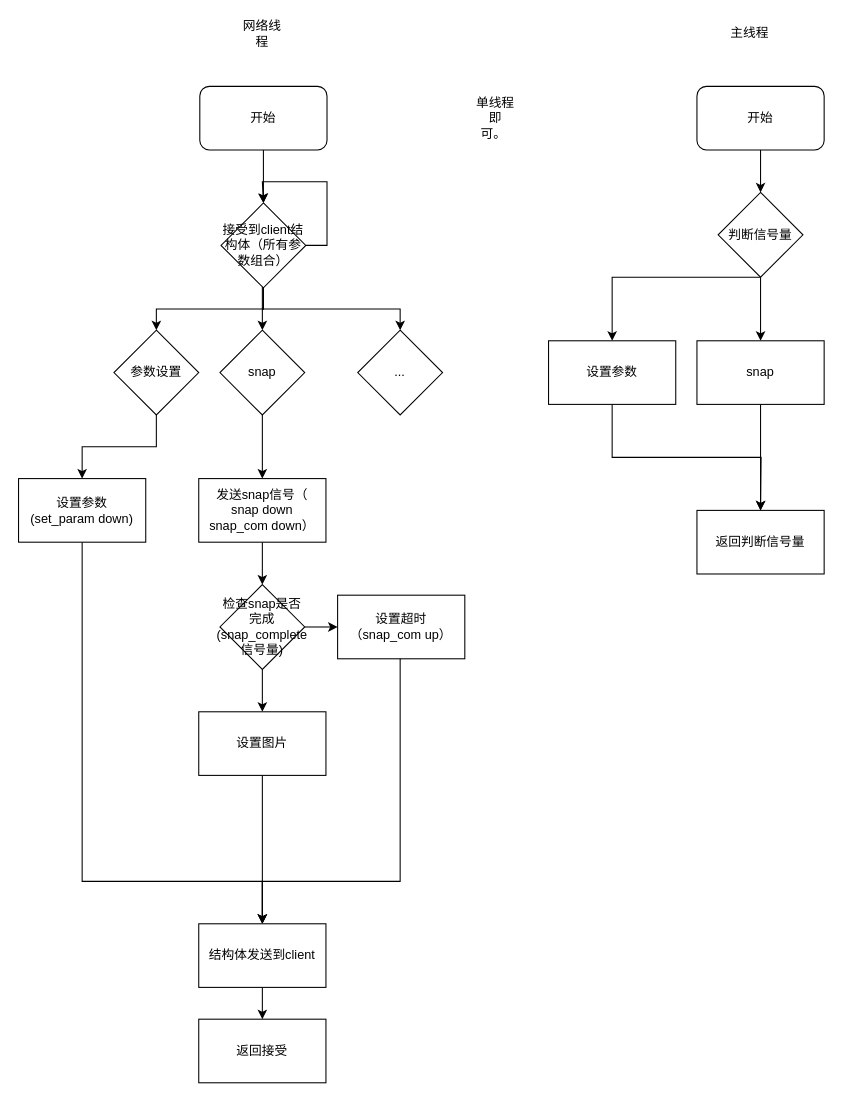
Above: cam_server.drawio in eziohzy/FlowChartRepository (draw.io), before the change. Source tidied: cells renumbered, new cells numbered last; positions are measured from the earlier drawing's top-left corner, leaving out a move shared by most shapes. Both pictures are drawn from the tidied source at 106%, with x=0, y=0 at pixel (18, 22).
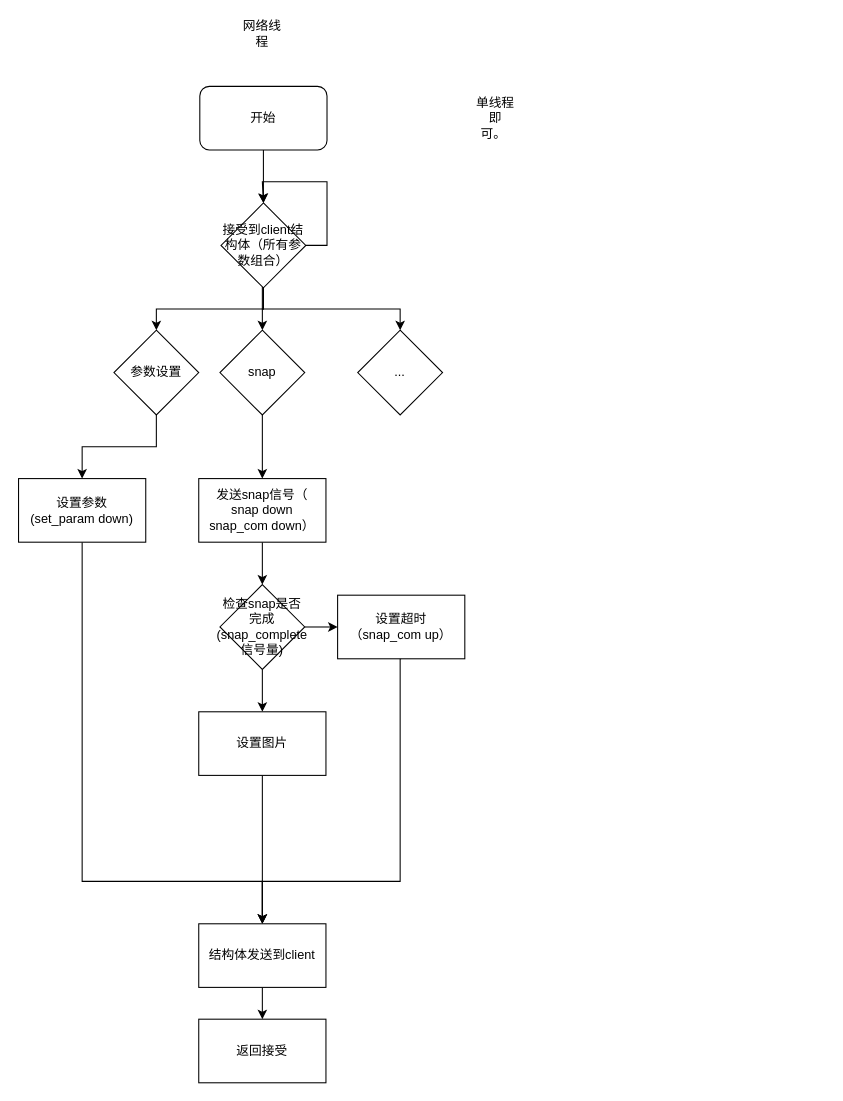
The same diagram, later.

Change to the diagram source:
```diff
@@
-    <mxCell id="29" value="主线程" style="text;html=1;strokeColor=none;fillColor=none;align=center;verticalAlign=middle;whiteSpace=wrap;rounded=0;" parent="1" vertex="1">
-      <mxGeometry x="670" width="40" height="20" as="geometry" />
-    </mxCell>
-    <mxCell id="30" style="edgeStyle=orthogonalEdgeStyle;rounded=0;jettySize=auto;html=1;" parent="1" edge="1" source="31">
-      <mxGeometry relative="1" as="geometry">
-        <mxPoint x="700" y="160" as="targetPoint" />
-      </mxGeometry>
-    </mxCell>
-    <mxCell id="31" value="开始" style="rounded=1;whiteSpace=wrap;html=1;" parent="1" vertex="1">
-      <mxGeometry x="640" y="60" width="120" height="60" as="geometry" />
-    </mxCell>
-    <mxCell id="32" style="edgeStyle=orthogonalEdgeStyle;rounded=0;jettySize=auto;html=1;" parent="1" edge="1" source="34" target="36">
-      <mxGeometry relative="1" as="geometry">
-        <Array as="points">
-          <mxPoint x="560" y="240" />
-        </Array>
-      </mxGeometry>
-    </mxCell>
-    <mxCell id="33" style="edgeStyle=orthogonalEdgeStyle;rounded=0;jettySize=auto;html=1;entryX=0.5;entryY=0;entryDx=0;entryDy=0;" parent="1" edge="1" source="34" target="38">
-      <mxGeometry relative="1" as="geometry" />
-    </mxCell>
-    <mxCell id="34" value="判断信号量" style="rhombus;whiteSpace=wrap;html=1;" parent="1" vertex="1">
-      <mxGeometry x="660" y="160" width="80" height="80" as="geometry" />
-    </mxCell>
-    <mxCell id="35" style="edgeStyle=orthogonalEdgeStyle;rounded=0;jettySize=auto;html=1;exitX=0.5;exitY=1;exitDx=0;exitDy=0;" parent="1" edge="1" source="36">
-      <mxGeometry relative="1" as="geometry">
-        <mxPoint x="700" y="460" as="targetPoint" />
-      </mxGeometry>
-    </mxCell>
-    <mxCell id="36" value="设置参数" style="rounded=0;whiteSpace=wrap;html=1;" parent="1" vertex="1">
-      <mxGeometry x="500" y="300" width="120" height="60" as="geometry" />
-    </mxCell>
-    <mxCell id="37" style="edgeStyle=orthogonalEdgeStyle;rounded=0;jettySize=auto;html=1;" parent="1" edge="1" source="38">
-      <mxGeometry relative="1" as="geometry">
-        <mxPoint x="700" y="460" as="targetPoint" />
-      </mxGeometry>
-    </mxCell>
-    <mxCell id="38" value="snap" style="rounded=0;whiteSpace=wrap;html=1;" parent="1" vertex="1">
-      <mxGeometry x="640" y="300" width="120" height="60" as="geometry" />
-    </mxCell>
-    <mxCell id="39" value="返回判断信号量" style="rounded=0;whiteSpace=wrap;html=1;" parent="1" vertex="1">
-      <mxGeometry x="640" y="460" width="120" height="60" as="geometry" />
-    </mxCell>
```
